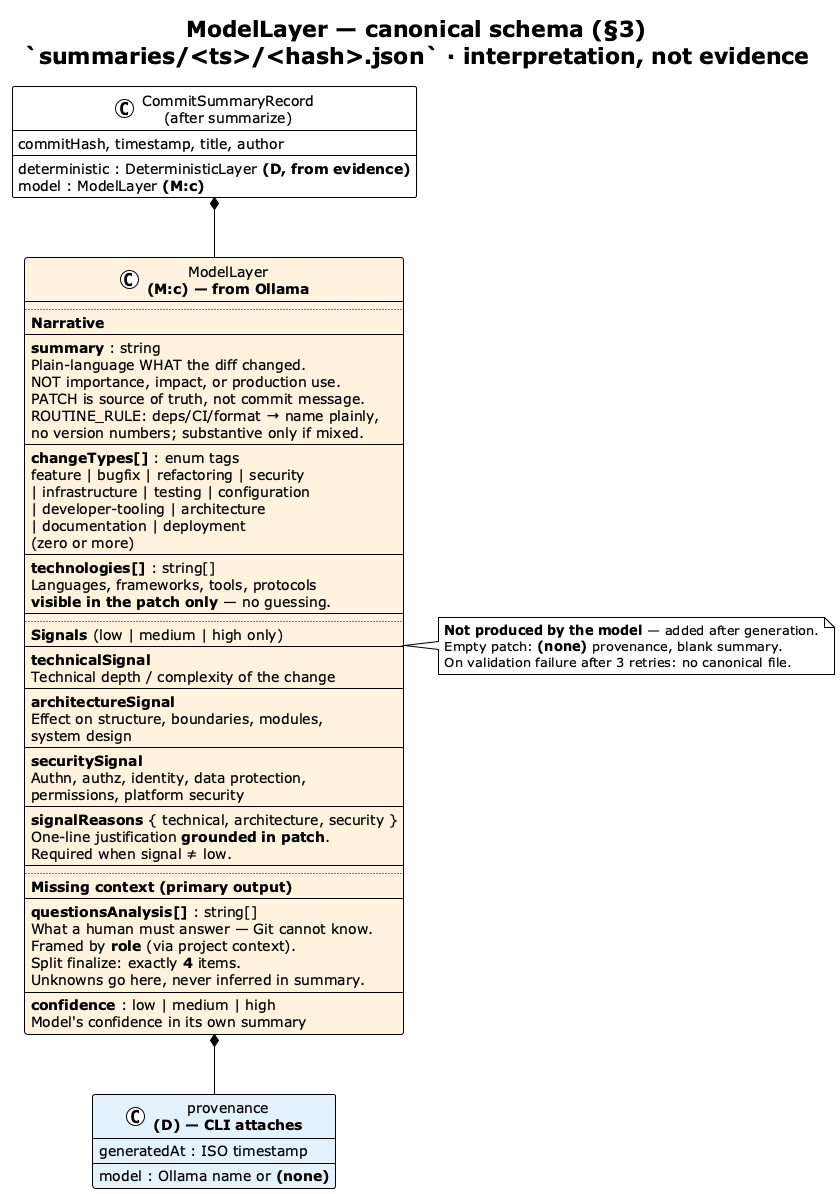
Before: img/summarize-model-layer.png, a diagram exported from PlantUML (vzakharchenko/dev-workgraph).
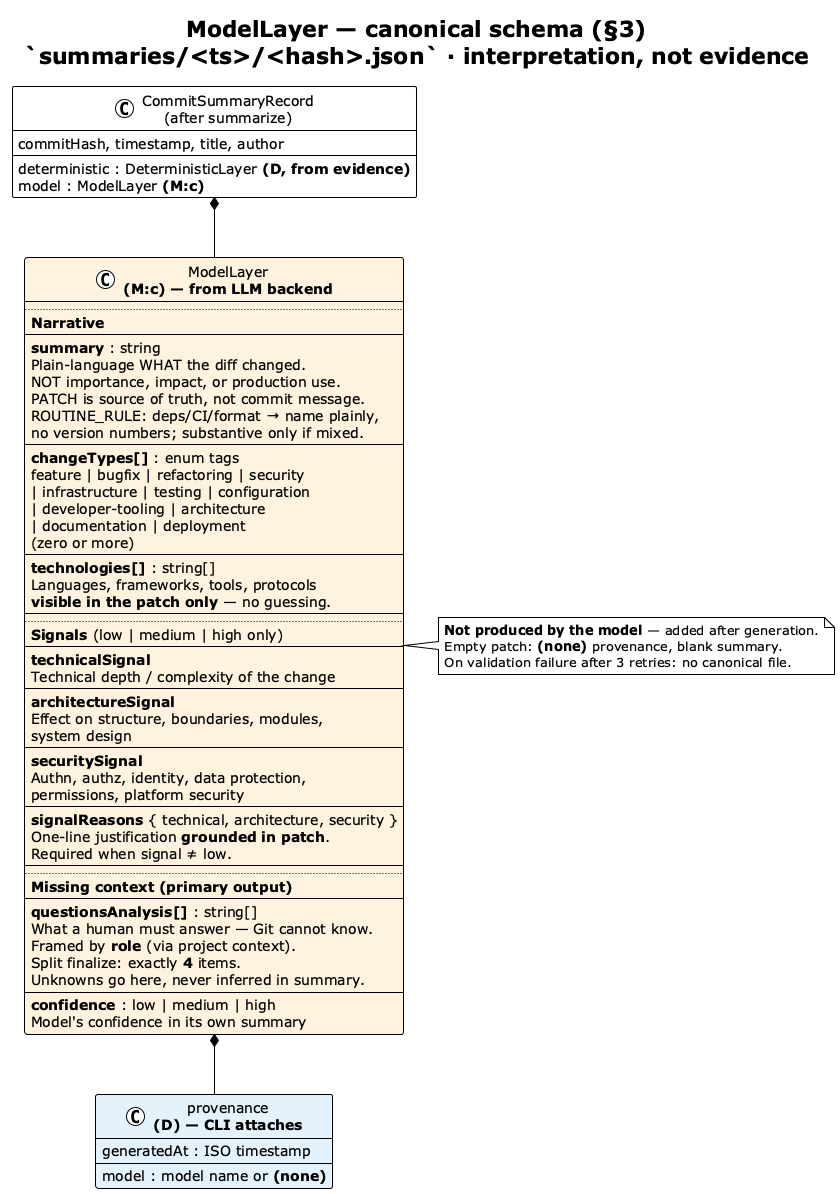
After the commit.

What changed in the source:
```diff
@@ -11,7 +11,7 @@
   model : ModelLayer **(M:c)**
 }
 
-class "ModelLayer\n**(M:c) — from Ollama**" as MOD #FFF3E0 {
+class "ModelLayer\n**(M:c) — from LLM backend**" as MOD #FFF3E0 {
   ..
   **Narrative**
   --
@@ -65,7 +65,7 @@
 }
 
 class "provenance\n**(D) — CLI attaches**" as PROV #E3F2FD {
-  model : Ollama name or **(none)**
+  model : model name or **(none)**
   generatedAt : ISO timestamp
 }
 
```
